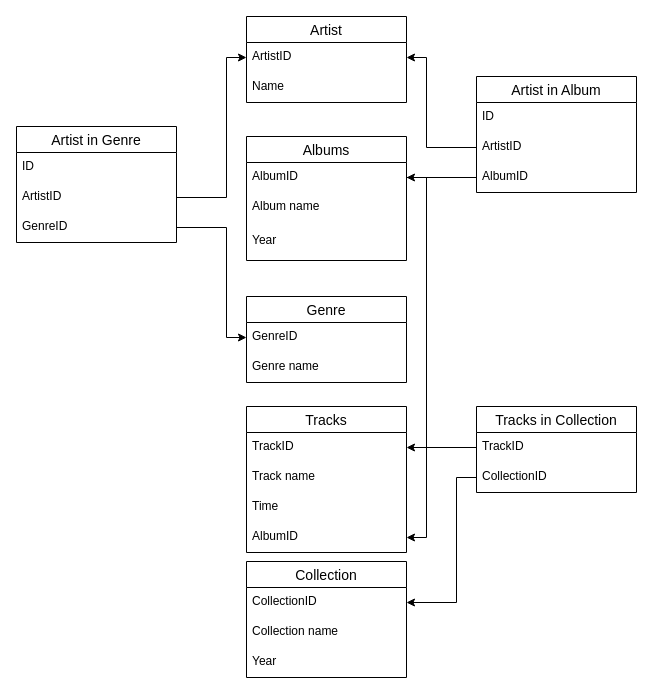
The draw.io diagram music_shop 1.drawio in AntonVetoshkin/Music_shop, before the edit. Source tidied: cells renumbered, new cells numbered last; positions are measured from the earlier drawing's top-left corner, leaving out a move shared by most shapes. Both pictures are drawn from the tidied source at 100%, with x=0, y=0 at pixel (16, 16).
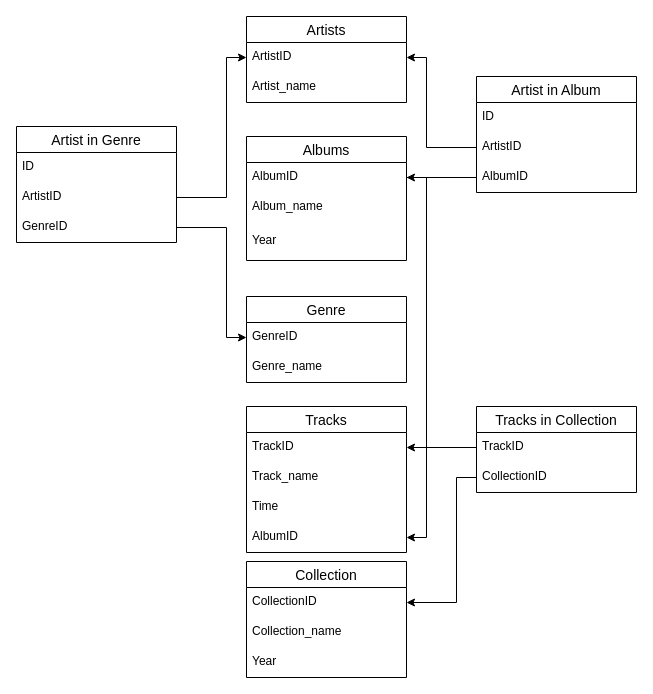
After the change.

Unchanged cells that the change refers to:
```xml
<mxCell id="2" value="Albums" style="swimlane;fontStyle=0;horizontal=1;startSize=26;align=center;fontSize=14;" parent="1" vertex="1">
  <mxGeometry x="230" y="120" width="160" height="124" as="geometry" />
</mxCell>
<mxCell id="6" value="Tracks" style="swimlane;fontStyle=0;horizontal=1;startSize=26;align=center;fontSize=14;" parent="1" vertex="1">
  <mxGeometry x="230" y="390" width="160" height="146" as="geometry" />
</mxCell>
<mxCell id="11" value="Genre" style="swimlane;fontStyle=0;horizontal=1;startSize=26;align=center;fontSize=14;" parent="1" vertex="1">
  <mxGeometry x="230" y="280" width="160" height="86" as="geometry" />
</mxCell>
<mxCell id="18" value="Collection" style="swimlane;fontStyle=0;horizontal=1;startSize=26;align=center;fontSize=14;" parent="1" vertex="1">
  <mxGeometry x="230" y="545" width="160" height="116" as="geometry" />
</mxCell>
```

Change to the diagram source:
```diff
@@
-    <mxCell id="4" value="Album name" style="text;strokeColor=none;fillColor=none;spacingLeft=4;spacingRight=4;overflow=hidden;fontSize=12;" parent="2" vertex="1">
+    <mxCell id="4" value="Album_name" style="text;strokeColor=none;fillColor=none;spacingLeft=4;spacingRight=4;overflow=hidden;fontSize=12;" parent="2" vertex="1">
       <mxGeometry y="56" width="160" height="34" as="geometry" />
     </mxCell>
@@
-    <mxCell id="8" value="Track name" style="text;strokeColor=none;fillColor=none;spacingLeft=4;spacingRight=4;overflow=hidden;fontSize=12;" parent="6" vertex="1">
+    <mxCell id="8" value="Track_name" style="text;strokeColor=none;fillColor=none;spacingLeft=4;spacingRight=4;overflow=hidden;fontSize=12;" parent="6" vertex="1">
       <mxGeometry y="56" width="160" height="30" as="geometry" />
     </mxCell>
@@
-    <mxCell id="13" value="Genre name" style="text;strokeColor=none;fillColor=none;spacingLeft=4;spacingRight=4;overflow=hidden;fontSize=12;" parent="11" vertex="1">
+    <mxCell id="13" value="Genre_name" style="text;strokeColor=none;fillColor=none;spacingLeft=4;spacingRight=4;overflow=hidden;fontSize=12;" parent="11" vertex="1">
       <mxGeometry y="56" width="160" height="30" as="geometry" />
     </mxCell>
-    <mxCell id="14" value="Artist" style="swimlane;fontStyle=0;horizontal=1;startSize=26;align=center;fontSize=14;" parent="1" vertex="1">
+    <mxCell id="14" value="Artists" style="swimlane;fontStyle=0;horizontal=1;startSize=26;align=center;fontSize=14;" parent="1" vertex="1">
       <mxGeometry x="230" width="160" height="86" as="geometry" />
     </mxCell>
@@
-    <mxCell id="16" value="Name" style="text;strokeColor=none;fillColor=none;spacingLeft=4;spacingRight=4;overflow=hidden;points=[[0,0.5],[1,0.5]];portConstraint=eastwest;fontSize=12;" parent="14" vertex="1">
+    <mxCell id="16" value="Artist_name" style="text;strokeColor=none;fillColor=none;spacingLeft=4;spacingRight=4;overflow=hidden;points=[[0,0.5],[1,0.5]];portConstraint=eastwest;fontSize=12;" parent="14" vertex="1">
       <mxGeometry y="56" width="160" height="30" as="geometry" />
     </mxCell>
@@
-    <mxCell id="20" value="Collection name" style="text;strokeColor=none;fillColor=none;spacingLeft=4;spacingRight=4;overflow=hidden;fontSize=12;" parent="18" vertex="1">
+    <mxCell id="20" value="Collection_name" style="text;strokeColor=none;fillColor=none;spacingLeft=4;spacingRight=4;overflow=hidden;fontSize=12;" parent="18" vertex="1">
       <mxGeometry y="56" width="160" height="30" as="geometry" />
     </mxCell>
```
